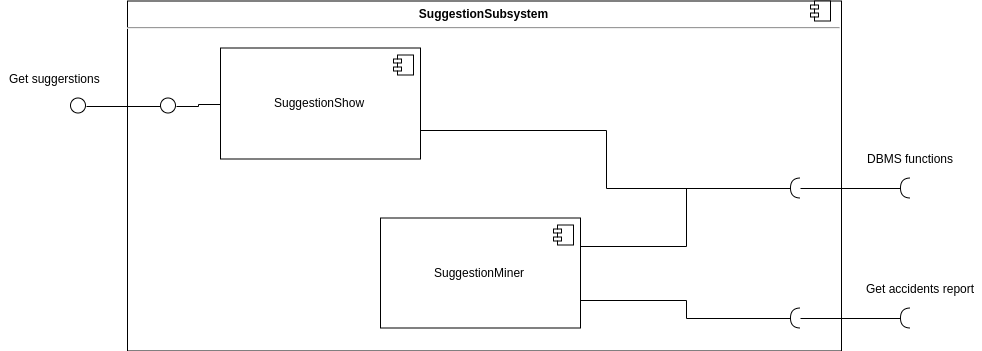
Before: DD/images/SuggestionSubsystem-components-diagram.png, a diagram exported from draw.io (f3d0ss/CazzolaDotti-se2). Source tidied: cells renumbered, new cells last; positions are measured from the earlier drawing's top-left corner, leaving out a move shared by most shapes.
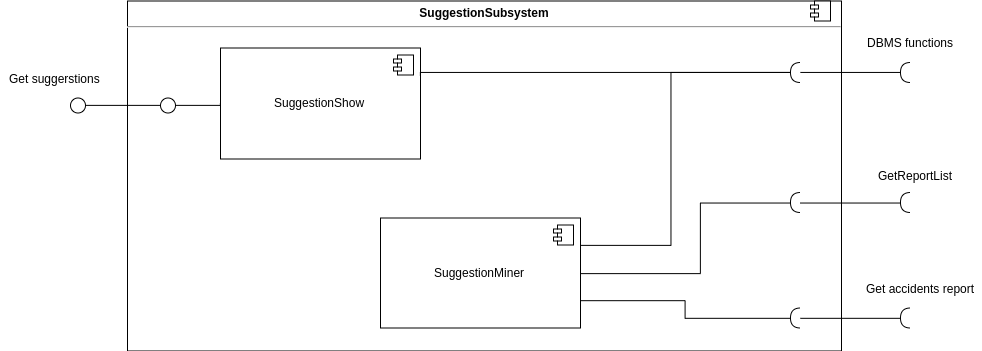
After the change.

Commit message:
Add UX diagrams-v2 + minor fix component diagram

What changed in the source:
```diff
@@ -13,6 +13,14 @@
         <mxPoint x="-27" y="7" as="offset" />
       </mxGeometry>
     </mxCell>
+    <mxCell id="24" style="edgeStyle=orthogonalEdgeStyle;rounded=0;jettySize=auto;html=1;exitX=1;exitY=0.5;exitDx=0;exitDy=0;entryX=1;entryY=0.5;entryDx=0;entryDy=0;entryPerimeter=0;endArrow=none;endFill=0;" parent="1" edge="1" source="5" target="26">
+      <mxGeometry relative="1" as="geometry">
+        <Array as="points">
+          <mxPoint x="700" y="273" />
+          <mxPoint x="700" y="202" />
+        </Array>
+      </mxGeometry>
+    </mxCell>
     <mxCell id="5" value="SuggestionMiner" style="html=1;" parent="1" vertex="1">
       <mxGeometry x="380" y="217.5" width="200" height="110" as="geometry" />
     </mxCell>
@@ -45,7 +53,7 @@
       <mxGeometry relative="1" as="geometry" />
     </mxCell>
     <mxCell id="13" style="shape=requiredInterface;html=1;verticalLabelPosition=bottom;rotation=-180;" parent="1" vertex="1">
-      <mxGeometry x="790" y="177.5" width="10" height="20" as="geometry" />
+      <mxGeometry x="790" y="62" width="10" height="20" as="geometry" />
     </mxCell>
     <mxCell id="14" style="edgeStyle=orthogonalEdgeStyle;rounded=0;jumpStyle=arc;jumpSize=10;jettySize=auto;html=1;exitX=0;exitY=0.5;exitDx=0;exitDy=0;exitPerimeter=0;entryX=1;entryY=0.5;entryDx=0;entryDy=0;entryPerimeter=0;endArrow=none;endFill=0;" parent="1" edge="1" source="15" target="17">
       <mxGeometry relative="1" as="geometry" />
@@ -54,7 +62,7 @@
       <mxGeometry x="790" y="307.5" width="10" height="20" as="geometry" />
     </mxCell>
     <mxCell id="16" style="shape=requiredInterface;html=1;verticalLabelPosition=bottom;rotation=-180;" parent="1" vertex="1">
-      <mxGeometry x="900" y="177.5" width="10" height="20" as="geometry" />
+      <mxGeometry x="900" y="62" width="10" height="20" as="geometry" />
     </mxCell>
     <mxCell id="17" style="shape=requiredInterface;html=1;verticalLabelPosition=bottom;rotation=-180;" parent="1" vertex="1">
       <mxGeometry x="900" y="307.5" width="10" height="20" as="geometry" />
@@ -63,13 +71,22 @@
       <mxGeometry relative="1" as="geometry" />
     </mxCell>
     <mxCell id="19" style="edgeStyle=orthogonalEdgeStyle;rounded=0;jumpStyle=arc;jumpSize=10;jettySize=auto;html=1;exitX=1;exitY=0.25;exitDx=0;exitDy=0;entryX=1;entryY=0.5;entryDx=0;entryDy=0;entryPerimeter=0;endArrow=none;endFill=0;" parent="1" edge="1" source="5" target="13">
-      <mxGeometry relative="1" as="geometry" />
+      <mxGeometry relative="1" as="geometry">
+        <Array as="points">
+          <mxPoint x="670" y="245" />
+          <mxPoint x="670" y="72" />
+        </Array>
+      </mxGeometry>
     </mxCell>
-    <mxCell id="20" style="edgeStyle=orthogonalEdgeStyle;rounded=0;jumpStyle=arc;jumpSize=10;jettySize=auto;html=1;exitX=1;exitY=0.75;exitDx=0;exitDy=0;entryX=1;entryY=0.5;entryDx=0;entryDy=0;entryPerimeter=0;endArrow=none;endFill=0;" parent="1" edge="1" source="3" target="13">
-      <mxGeometry relative="1" as="geometry" />
+    <mxCell id="20" style="edgeStyle=orthogonalEdgeStyle;rounded=0;jumpStyle=arc;jumpSize=10;jettySize=auto;html=1;exitX=1;exitY=0.25;exitDx=0;exitDy=0;entryX=1;entryY=0.5;entryDx=0;entryDy=0;entryPerimeter=0;endArrow=none;endFill=0;" parent="1" edge="1" source="3" target="13">
+      <mxGeometry relative="1" as="geometry">
+        <Array as="points">
+          <mxPoint x="420" y="72" />
+        </Array>
+      </mxGeometry>
     </mxCell>
     <mxCell id="21" value="DBMS functions" style="text;html=1;align=center;verticalAlign=middle;" parent="1" vertex="1">
-      <mxGeometry x="860" y="147.5" width="100" height="20" as="geometry" />
+      <mxGeometry x="860" y="32" width="100" height="20" as="geometry" />
     </mxCell>
     <mxCell id="22" value="Get accidents report" style="text;html=1;align=center;verticalAlign=middle;" parent="1" vertex="1">
       <mxGeometry x="860" y="277.5" width="120" height="20" as="geometry" />
@@ -79,5 +96,17 @@
         <mxPoint x="-24" y="4" as="offset" />
       </mxGeometry>
     </mxCell>
+    <mxCell id="25" style="edgeStyle=orthogonalEdgeStyle;rounded=0;jumpStyle=arc;jumpSize=10;jettySize=auto;html=1;exitX=0;exitY=0.5;exitDx=0;exitDy=0;exitPerimeter=0;entryX=1;entryY=0.5;entryDx=0;entryDy=0;entryPerimeter=0;endArrow=none;endFill=0;" parent="1" edge="1" source="26" target="27">
+      <mxGeometry relative="1" as="geometry" />
+    </mxCell>
+    <mxCell id="26" style="shape=requiredInterface;html=1;verticalLabelPosition=bottom;rotation=-180;" parent="1" vertex="1">
+      <mxGeometry x="790" y="192" width="10" height="20" as="geometry" />
+    </mxCell>
+    <mxCell id="27" style="shape=requiredInterface;html=1;verticalLabelPosition=bottom;rotation=-180;" parent="1" vertex="1">
+      <mxGeometry x="900" y="192" width="10" height="20" as="geometry" />
+    </mxCell>
+    <mxCell id="28" value="GetReportList" style="text;html=1;align=center;verticalAlign=middle;" parent="1" vertex="1">
+      <mxGeometry x="870" y="165.5" width="90" height="20" as="geometry" />
+    </mxCell>
   </root>
 </mxGraphModel>
```
